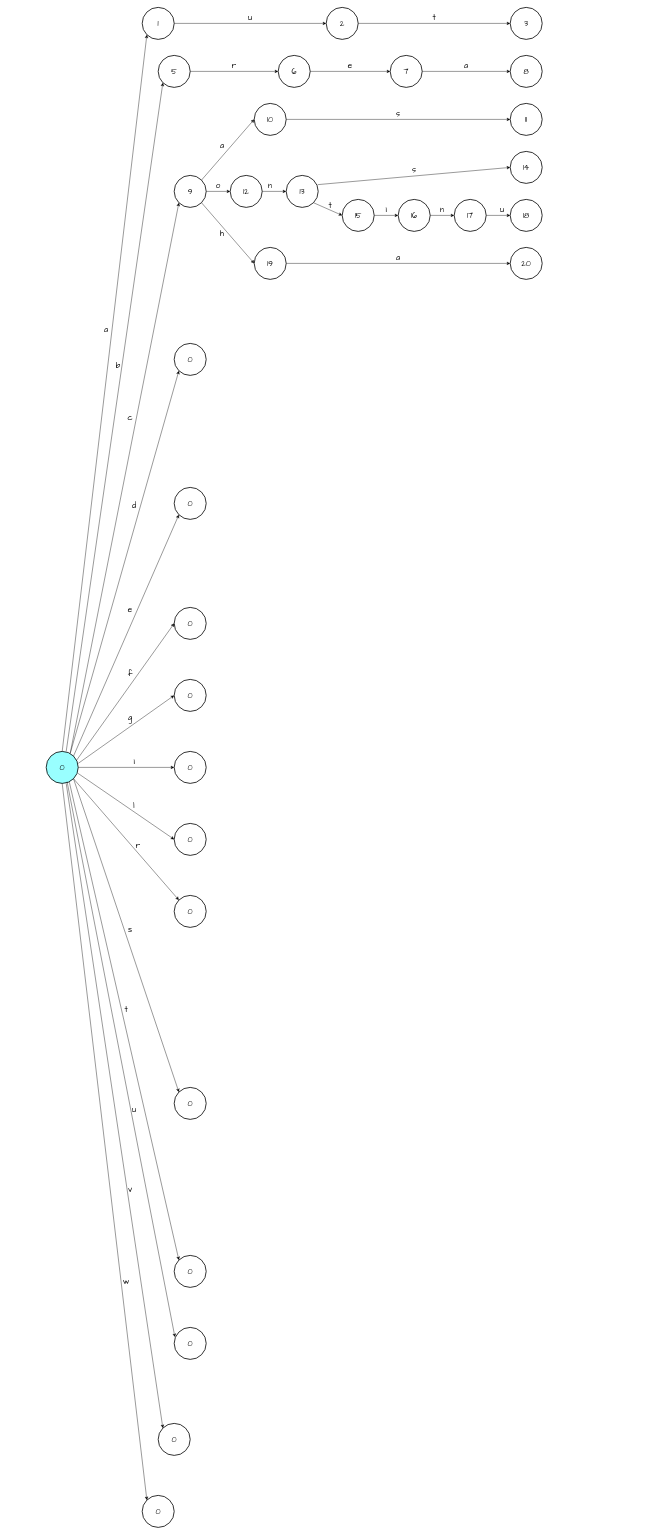
The draw.io diagram draw/DFA-保留字.drawio in zhangbird050801/C-Compiler, before the edit. Source tidied: cells renumbered, new cells numbered last; positions are measured from the earlier drawing's top-left corner, leaving out a move shared by most shapes. Both pictures are drawn from the tidied source at 40%, with x=0, y=0 at pixel (46, 7).
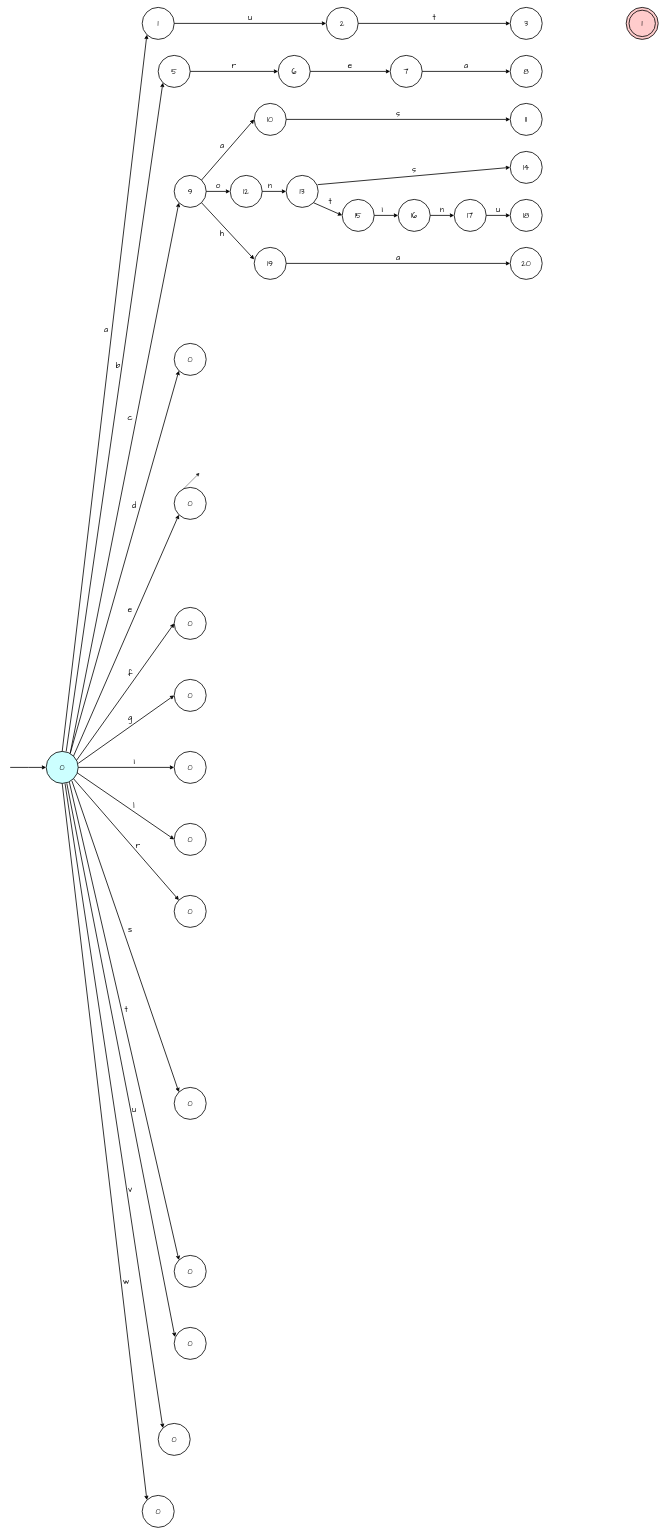
After the change.

The change refers to these unchanged cells:
```xml
<mxCell id="3" value="&lt;font face=&quot;Comic Sans MS&quot; style=&quot;font-size: 20px;&quot;&gt;0&lt;/font&gt;" style="ellipse;whiteSpace=wrap;html=1;strokeWidth=2;" parent="1" vertex="1">
<mxCell id="4" value="&lt;font face=&quot;Comic Sans MS&quot; style=&quot;font-size: 20px;&quot;&gt;0&lt;/font&gt;" style="ellipse;whiteSpace=wrap;html=1;strokeWidth=2;" parent="1" vertex="1">
<mxCell id="5" value="&lt;font face=&quot;Comic Sans MS&quot; style=&quot;font-size: 20px;&quot;&gt;0&lt;/font&gt;" style="ellipse;whiteSpace=wrap;html=1;strokeWidth=2;" parent="1" vertex="1">
<mxCell id="6" value="&lt;font face=&quot;Comic Sans MS&quot; style=&quot;font-size: 20px;&quot;&gt;0&lt;/font&gt;" style="ellipse;whiteSpace=wrap;html=1;strokeWidth=2;" parent="1" vertex="1">
<mxCell id="7" value="&lt;font face=&quot;Comic Sans MS&quot; style=&quot;font-size: 20px;&quot;&gt;0&lt;/font&gt;" style="ellipse;whiteSpace=wrap;html=1;strokeWidth=2;" parent="1" vertex="1">
<mxCell id="8" value="&lt;font face=&quot;Comic Sans MS&quot; style=&quot;font-size: 20px;&quot;&gt;0&lt;/font&gt;" style="ellipse;whiteSpace=wrap;html=1;strokeWidth=2;" parent="1" vertex="1">
<mxCell id="9" value="&lt;font face=&quot;Comic Sans MS&quot; style=&quot;font-size: 20px;&quot;&gt;0&lt;/font&gt;" style="ellipse;whiteSpace=wrap;html=1;strokeWidth=2;" parent="1" vertex="1">
<mxCell id="10" value="&lt;font face=&quot;Comic Sans MS&quot; style=&quot;font-size: 20px;&quot;&gt;0&lt;/font&gt;" style="ellipse;whiteSpace=wrap;html=1;strokeWidth=2;" parent="1" vertex="1">
<mxCell id="11" value="&lt;font face=&quot;Comic Sans MS&quot; style=&quot;font-size: 20px;&quot;&gt;0&lt;/font&gt;" style="ellipse;whiteSpace=wrap;html=1;strokeWidth=2;" parent="1" vertex="1">
<mxCell id="12" value="&lt;font face=&quot;Comic Sans MS&quot; style=&quot;font-size: 20px;&quot;&gt;9&lt;/font&gt;" style="ellipse;whiteSpace=wrap;html=1;strokeWidth=2;" parent="1" vertex="1">
<mxCell id="13" value="&lt;font face=&quot;Comic Sans MS&quot; style=&quot;font-size: 20px;&quot;&gt;5&lt;/font&gt;" style="ellipse;whiteSpace=wrap;html=1;strokeWidth=2;" parent="1" vertex="1">
<mxCell id="14" value="&lt;font face=&quot;Comic Sans MS&quot; style=&quot;font-size: 20px;&quot;&gt;1&lt;/font&gt;" style="ellipse;whiteSpace=wrap;html=1;strokeWidth=2;" parent="1" vertex="1">
<mxCell id="15" value="&lt;font face=&quot;Comic Sans MS&quot; style=&quot;font-size: 20px;&quot;&gt;0&lt;/font&gt;" style="ellipse;whiteSpace=wrap;html=1;strokeWidth=2;" parent="1" vertex="1">
<mxCell id="16" value="&lt;font face=&quot;Comic Sans MS&quot; style=&quot;font-size: 20px;&quot;&gt;0&lt;/font&gt;" style="ellipse;whiteSpace=wrap;html=1;strokeWidth=2;direction=south;" parent="1" vertex="1">
<mxCell id="17" value="&lt;font face=&quot;Comic Sans MS&quot; style=&quot;font-size: 20px;&quot;&gt;0&lt;/font&gt;" style="ellipse;whiteSpace=wrap;html=1;strokeWidth=2;" parent="1" vertex="1">
<mxCell id="48" value="&lt;font face=&quot;Comic Sans MS&quot; style=&quot;font-size: 20px;&quot;&gt;2&lt;/font&gt;" style="ellipse;whiteSpace=wrap;html=1;strokeWidth=2;" parent="1" vertex="1">
<mxCell id="49" value="&lt;font face=&quot;Comic Sans MS&quot; style=&quot;font-size: 20px;&quot;&gt;3&lt;/font&gt;" style="ellipse;whiteSpace=wrap;html=1;strokeWidth=2;" parent="1" vertex="1">
<mxCell id="50" value="&lt;font face=&quot;Comic Sans MS&quot; style=&quot;font-size: 20px;&quot;&gt;6&lt;/font&gt;" style="ellipse;whiteSpace=wrap;html=1;strokeWidth=2;" parent="1" vertex="1">
<mxCell id="51" value="&lt;font face=&quot;Comic Sans MS&quot; style=&quot;font-size: 20px;&quot;&gt;7&lt;/font&gt;" style="ellipse;whiteSpace=wrap;html=1;strokeWidth=2;" parent="1" vertex="1">
<mxCell id="52" value="&lt;font face=&quot;Comic Sans MS&quot; style=&quot;font-size: 20px;&quot;&gt;8&lt;/font&gt;" style="ellipse;whiteSpace=wrap;html=1;strokeWidth=2;" parent="1" vertex="1">
<mxCell id="53" value="&lt;font face=&quot;Comic Sans MS&quot; style=&quot;font-size: 20px;&quot;&gt;12&lt;/font&gt;" style="ellipse;whiteSpace=wrap;html=1;strokeWidth=2;" parent="1" vertex="1">
<mxCell id="54" value="&lt;font face=&quot;Comic Sans MS&quot; style=&quot;font-size: 20px;&quot;&gt;13&lt;/font&gt;" style="ellipse;whiteSpace=wrap;html=1;strokeWidth=2;" parent="1" vertex="1">
<mxCell id="55" value="&lt;font face=&quot;Comic Sans MS&quot; style=&quot;font-size: 20px;&quot;&gt;14&lt;/font&gt;" style="ellipse;whiteSpace=wrap;html=1;strokeWidth=2;" parent="1" vertex="1">
<mxCell id="56" value="&lt;font face=&quot;Comic Sans MS&quot; style=&quot;font-size: 20px;&quot;&gt;15&lt;/font&gt;" style="ellipse;whiteSpace=wrap;html=1;strokeWidth=2;" parent="1" vertex="1">
<mxCell id="57" value="&lt;font face=&quot;Comic Sans MS&quot; style=&quot;font-size: 20px;&quot;&gt;16&lt;/font&gt;" style="ellipse;whiteSpace=wrap;html=1;strokeWidth=2;" parent="1" vertex="1">
<mxCell id="58" value="&lt;font face=&quot;Comic Sans MS&quot; style=&quot;font-size: 20px;&quot;&gt;17&lt;/font&gt;" style="ellipse;whiteSpace=wrap;html=1;strokeWidth=2;" parent="1" vertex="1">
<mxCell id="59" value="&lt;font face=&quot;Comic Sans MS&quot; style=&quot;font-size: 20px;&quot;&gt;18&lt;/font&gt;" style="ellipse;whiteSpace=wrap;html=1;strokeWidth=2;" parent="1" vertex="1">
<mxCell id="60" value="&lt;font face=&quot;Comic Sans MS&quot; style=&quot;font-size: 20px;&quot;&gt;10&lt;/font&gt;" style="ellipse;whiteSpace=wrap;html=1;strokeWidth=2;" parent="1" vertex="1">
<mxCell id="61" value="&lt;font face=&quot;Comic Sans MS&quot; style=&quot;font-size: 20px;&quot;&gt;11&lt;/font&gt;" style="ellipse;whiteSpace=wrap;html=1;strokeWidth=2;" parent="1" vertex="1">
<mxCell id="62" value="&lt;font face=&quot;Comic Sans MS&quot; style=&quot;font-size: 20px;&quot;&gt;20&lt;/font&gt;" style="ellipse;whiteSpace=wrap;html=1;strokeWidth=2;" parent="1" vertex="1">
<mxCell id="63" value="&lt;font face=&quot;Comic Sans MS&quot; style=&quot;font-size: 20px;&quot;&gt;19&lt;/font&gt;" style="ellipse;whiteSpace=wrap;html=1;strokeWidth=2;" parent="1" vertex="1">
```

Diff of the diagram source:
```diff
@@
+    <mxCell id="96" style="edgeStyle=orthogonalEdgeStyle;rounded=0;jettySize=auto;html=1;exitX=0;exitY=0.5;exitDx=0;exitDy=0;strokeWidth=2;startArrow=classic;startFill=1;endArrow=none;endFill=0;" parent="1" edge="1" source="2">
+      <mxGeometry relative="1" as="geometry">
+        <mxPoint x="-90" y="1900" as="targetPoint" />
+      </mxGeometry>
+    </mxCell>
-    <mxCell id="2" value="&lt;font face=&quot;Comic Sans MS&quot; style=&quot;font-size: 20px;&quot;&gt;0&lt;/font&gt;" style="ellipse;whiteSpace=wrap;html=1;strokeWidth=2;fillColor=#99FFFF;strokeColor=light-dark(#000000,#5C79A3);" parent="1" vertex="1">
+    <mxCell id="2" value="&lt;font face=&quot;Comic Sans MS&quot; style=&quot;font-size: 20px;&quot;&gt;0&lt;/font&gt;" style="ellipse;whiteSpace=wrap;html=1;strokeWidth=2;fillColor=#CCFFFF;gradientColor=none;" parent="1" vertex="1">
       <mxGeometry y="1860" width="80" height="80" as="geometry" />
     </mxCell>
@@
+    <mxCell id="97" style="group;" parent="1" vertex="1">
+      <mxGeometry x="1450" width="80" height="80" as="geometry" />
+    </mxCell>
+    <mxCell id="98" style="ellipse;whiteSpace=wrap;html=1;strokeWidth=2;fillColor=#FFCCCC;" parent="97" vertex="1">
+      <mxGeometry width="80" height="80" as="geometry" />
+    </mxCell>
+    <mxCell id="99" value="&lt;font face=&quot;Comic Sans MS&quot;&gt;&lt;span style=&quot;font-size: 20px;&quot;&gt;1&lt;/span&gt;&lt;/font&gt;" style="ellipse;whiteSpace=wrap;html=1;strokeWidth=2;fillColor=#FFCCCC;" parent="97" vertex="1">
+      <mxGeometry x="7" y="7" width="66" height="66" as="geometry" />
+    </mxCell>
@@
+    <mxCell id="100" style="endArrow=classic;html=1;rounded=0;" parent="1" edge="1">
+      <mxGeometry relative="1" as="geometry">
+        <mxPoint x="333" y="1214" as="sourcePoint" />
+        <mxPoint x="383" y="1164" as="targetPoint" />
+      </mxGeometry>
+    </mxCell>
@@
-    <mxCell id="18" style="endArrow=classic;html=1;entryX=0;entryY=1;entryDx=0;entryDy=0;" parent="1" edge="1" target="14">
+    <mxCell id="18" style="endArrow=classic;html=1;entryX=0;entryY=1;entryDx=0;entryDy=0;strokeWidth=2;" parent="1" edge="1" target="14">
       <mxGeometry relative="1" as="geometry">
         <mxPoint x="40" y="1860" as="sourcePoint" />
       </mxGeometry>
     </mxCell>
-    <mxCell id="19" style="endArrow=classic;html=1;entryX=0;entryY=1;entryDx=0;entryDy=0;" parent="1" edge="1" target="13">
+    <mxCell id="19" style="endArrow=classic;html=1;entryX=0;entryY=1;entryDx=0;entryDy=0;strokeWidth=2;" parent="1" edge="1" target="13">
       <mxGeometry relative="1" as="geometry">
         <mxPoint x="50" y="1860" as="sourcePoint" />
       </mxGeometry>
     </mxCell>
-    <mxCell id="20" style="endArrow=classic;html=1;entryX=0;entryY=1;entryDx=0;entryDy=0;" parent="1" edge="1" target="12">
+    <mxCell id="20" style="endArrow=classic;html=1;entryX=0;entryY=1;entryDx=0;entryDy=0;strokeWidth=2;" parent="1" edge="1" target="12">
       <mxGeometry relative="1" as="geometry">
         <mxPoint x="60" y="1865" as="sourcePoint" />
       </mxGeometry>
     </mxCell>
-    <mxCell id="21" style="endArrow=classic;html=1;entryX=0;entryY=1;entryDx=0;entryDy=0;" parent="1" edge="1" target="10">
+    <mxCell id="21" style="endArrow=classic;html=1;entryX=0;entryY=1;entryDx=0;entryDy=0;strokeWidth=2;" parent="1" edge="1" target="10">
       <mxGeometry relative="1" as="geometry">
         <mxPoint x="60" y="1865" as="sourcePoint" />
       </mxGeometry>
     </mxCell>
-    <mxCell id="22" style="endArrow=classic;html=1;exitX=1;exitY=0;exitDx=0;exitDy=0;entryX=0;entryY=1;entryDx=0;entryDy=0;" parent="1" edge="1" source="2" target="11">
+    <mxCell id="22" style="endArrow=classic;html=1;exitX=1;exitY=0;exitDx=0;exitDy=0;entryX=0;entryY=1;entryDx=0;entryDy=0;strokeWidth=2;" parent="1" edge="1" source="2" target="11">
       <mxGeometry relative="1" as="geometry" />
     </mxCell>
-    <mxCell id="23" style="endArrow=classic;html=1;exitX=0.952;exitY=0.273;exitDx=0;exitDy=0;exitPerimeter=0;entryX=0;entryY=0.5;entryDx=0;entryDy=0;" parent="1" edge="1" source="2" target="7">
+    <mxCell id="23" style="endArrow=classic;html=1;exitX=0.952;exitY=0.273;exitDx=0;exitDy=0;exitPerimeter=0;entryX=0;entryY=0.5;entryDx=0;entryDy=0;strokeWidth=2;" parent="1" edge="1" source="2" target="7">
       <mxGeometry relative="1" as="geometry" />
     </mxCell>
-    <mxCell id="24" style="endArrow=classic;html=1;entryX=0;entryY=0.5;entryDx=0;entryDy=0;" parent="1" edge="1" target="5">
+    <mxCell id="24" style="endArrow=classic;html=1;entryX=0;entryY=0.5;entryDx=0;entryDy=0;strokeWidth=2;" parent="1" edge="1" target="5">
       <mxGeometry relative="1" as="geometry">
         <mxPoint x="80" y="1890" as="sourcePoint" />
       </mxGeometry>
     </mxCell>
-    <mxCell id="25" style="endArrow=classic;html=1;entryX=0;entryY=0.5;entryDx=0;entryDy=0;" parent="1" edge="1" target="3">
+    <mxCell id="25" style="endArrow=classic;html=1;entryX=0;entryY=0.5;entryDx=0;entryDy=0;strokeWidth=2;" parent="1" edge="1" target="3">
       <mxGeometry relative="1" as="geometry">
         <mxPoint x="80" y="1900" as="sourcePoint" />
       </mxGeometry>
     </mxCell>
-    <mxCell id="26" style="endArrow=classic;html=1;exitX=0.995;exitY=0.687;exitDx=0;exitDy=0;exitPerimeter=0;entryX=0;entryY=0.5;entryDx=0;entryDy=0;" parent="1" edge="1" source="2" target="4">
+    <mxCell id="26" style="endArrow=classic;html=1;exitX=0.963;exitY=0.665;exitDx=0;exitDy=0;exitPerimeter=0;entryX=0;entryY=0.5;entryDx=0;entryDy=0;strokeWidth=2;" parent="1" edge="1" source="2" target="4">
       <mxGeometry relative="1" as="geometry" />
     </mxCell>
-    <mxCell id="27" style="endArrow=classic;html=1;exitX=1;exitY=1;exitDx=0;exitDy=0;entryX=0;entryY=0;entryDx=0;entryDy=0;" parent="1" edge="1" source="2" target="6">
+    <mxCell id="27" style="endArrow=classic;html=1;exitX=1;exitY=1;exitDx=0;exitDy=0;entryX=0;entryY=0;entryDx=0;entryDy=0;strokeWidth=2;" parent="1" edge="1" source="2" target="6">
       <mxGeometry relative="1" as="geometry" />
     </mxCell>
-    <mxCell id="28" style="endArrow=classic;html=1;exitX=1;exitY=1;exitDx=0;exitDy=0;entryX=0;entryY=0;entryDx=0;entryDy=0;" parent="1" edge="1" source="2" target="9">
+    <mxCell id="28" style="endArrow=classic;html=1;exitX=0.802;exitY=0.918;exitDx=0;exitDy=0;entryX=0;entryY=0;entryDx=0;entryDy=0;strokeWidth=2;exitPerimeter=0;" parent="1" edge="1" source="2" target="9">
       <mxGeometry relative="1" as="geometry" />
     </mxCell>
-    <mxCell id="29" style="endArrow=classic;html=1;exitX=0.723;exitY=0.959;exitDx=0;exitDy=0;exitPerimeter=0;entryX=0;entryY=0;entryDx=0;entryDy=0;" parent="1" edge="1" source="2" target="8">
+    <mxCell id="29" style="endArrow=classic;html=1;exitX=0.723;exitY=0.959;exitDx=0;exitDy=0;exitPerimeter=0;entryX=0;entryY=0;entryDx=0;entryDy=0;strokeWidth=2;" parent="1" edge="1" source="2" target="8">
       <mxGeometry relative="1" as="geometry" />
     </mxCell>
-    <mxCell id="30" style="endArrow=classic;html=1;exitX=0.652;exitY=0.945;exitDx=0;exitDy=0;entryX=0.023;entryY=0.302;entryDx=0;entryDy=0;entryPerimeter=0;exitPerimeter=0;" parent="1" edge="1" source="2" target="17">
+    <mxCell id="30" style="endArrow=classic;html=1;exitX=0.644;exitY=0.997;exitDx=0;exitDy=0;entryX=0.023;entryY=0.302;entryDx=0;entryDy=0;entryPerimeter=0;exitPerimeter=0;strokeWidth=2;" parent="1" edge="1" source="2" target="17">
       <mxGeometry relative="1" as="geometry" />
     </mxCell>
-    <mxCell id="31" style="endArrow=classic;html=1;entryX=0;entryY=1;entryDx=0;entryDy=0;" parent="1" edge="1" target="16">
-      <mxGeometry relative="1" as="geometry">
-        <mxPoint x="50" y="1940" as="sourcePoint" />
-      </mxGeometry>
+    <mxCell id="31" style="endArrow=classic;html=1;entryX=0;entryY=1;entryDx=0;entryDy=0;strokeWidth=2;exitX=0.588;exitY=1.001;exitDx=0;exitDy=0;exitPerimeter=0;" parent="1" edge="1" source="2" target="16">
+      <mxGeometry relative="1" as="geometry" />
     </mxCell>
-    <mxCell id="32" style="endArrow=classic;html=1;exitX=0.5;exitY=1;exitDx=0;exitDy=0;entryX=0;entryY=0;entryDx=0;entryDy=0;" parent="1" edge="1" source="2" target="15">
+    <mxCell id="32" style="endArrow=classic;html=1;exitX=0.5;exitY=1;exitDx=0;exitDy=0;entryX=0;entryY=0;entryDx=0;entryDy=0;strokeWidth=2;" parent="1" edge="1" source="2" target="15">
       <mxGeometry relative="1" as="geometry" />
     </mxCell>
@@
-    <mxCell id="64" style="endArrow=classic;html=1;entryX=0;entryY=0.5;entryDx=0;entryDy=0;" parent="1" edge="1" target="48">
+    <mxCell id="64" style="endArrow=classic;html=1;entryX=0;entryY=0.5;entryDx=0;entryDy=0;strokeWidth=2;" parent="1" edge="1" target="48">
       <mxGeometry relative="1" as="geometry">
         <mxPoint x="320" y="40" as="sourcePoint" />
       </mxGeometry>
     </mxCell>
-    <mxCell id="65" style="endArrow=classic;html=1;exitX=1;exitY=0.5;exitDx=0;exitDy=0;entryX=0;entryY=0.5;entryDx=0;entryDy=0;" parent="1" edge="1" source="48" target="49">
+    <mxCell id="65" style="endArrow=classic;html=1;exitX=1;exitY=0.5;exitDx=0;exitDy=0;entryX=0;entryY=0.5;entryDx=0;entryDy=0;strokeWidth=2;" parent="1" edge="1" source="48" target="49">
       <mxGeometry relative="1" as="geometry" />
     </mxCell>
-    <mxCell id="66" style="endArrow=classic;html=1;exitX=1;exitY=0.5;exitDx=0;exitDy=0;entryX=0;entryY=0.5;entryDx=0;entryDy=0;" parent="1" edge="1" source="13" target="50">
+    <mxCell id="66" style="endArrow=classic;html=1;exitX=1;exitY=0.5;exitDx=0;exitDy=0;entryX=0;entryY=0.5;entryDx=0;entryDy=0;strokeWidth=2;" parent="1" edge="1" source="13" target="50">
       <mxGeometry relative="1" as="geometry" />
     </mxCell>
-    <mxCell id="67" style="endArrow=classic;html=1;exitX=1;exitY=0.5;exitDx=0;exitDy=0;entryX=0;entryY=0.5;entryDx=0;entryDy=0;" parent="1" edge="1" source="50" target="51">
+    <mxCell id="67" style="endArrow=classic;html=1;exitX=1;exitY=0.5;exitDx=0;exitDy=0;entryX=0;entryY=0.5;entryDx=0;entryDy=0;strokeWidth=2;" parent="1" edge="1" source="50" target="51">
       <mxGeometry relative="1" as="geometry" />
     </mxCell>
-    <mxCell id="68" style="endArrow=classic;html=1;exitX=1;exitY=0.5;exitDx=0;exitDy=0;entryX=0;entryY=0.5;entryDx=0;entryDy=0;" parent="1" edge="1" source="51" target="52">
+    <mxCell id="68" style="endArrow=classic;html=1;exitX=1;exitY=0.5;exitDx=0;exitDy=0;entryX=0;entryY=0.5;entryDx=0;entryDy=0;strokeWidth=2;" parent="1" edge="1" source="51" target="52">
       <mxGeometry relative="1" as="geometry" />
     </mxCell>
-    <mxCell id="69" style="endArrow=classic;html=1;exitX=1;exitY=0;exitDx=0;exitDy=0;entryX=0;entryY=0.5;entryDx=0;entryDy=0;" parent="1" edge="1" source="12" target="60">
+    <mxCell id="69" style="endArrow=classic;html=1;exitX=1;exitY=0;exitDx=0;exitDy=0;entryX=0;entryY=0.5;entryDx=0;entryDy=0;strokeWidth=2;" parent="1" edge="1" source="12" target="60">
       <mxGeometry relative="1" as="geometry" />
     </mxCell>
-    <mxCell id="70" style="endArrow=classic;html=1;entryX=0;entryY=0.5;entryDx=0;entryDy=0;" parent="1" edge="1" target="53">
+    <mxCell id="70" style="endArrow=classic;html=1;entryX=0;entryY=0.5;entryDx=0;entryDy=0;strokeWidth=2;" parent="1" edge="1" target="53">
       <mxGeometry relative="1" as="geometry">
         <mxPoint x="400" y="460" as="sourcePoint" />
       </mxGeometry>
     </mxCell>
-    <mxCell id="71" style="endArrow=classic;html=1;entryX=0;entryY=0.5;entryDx=0;entryDy=0;" parent="1" edge="1" target="61">
+    <mxCell id="71" style="endArrow=classic;html=1;entryX=0;entryY=0.5;entryDx=0;entryDy=0;strokeWidth=2;" parent="1" edge="1" target="61">
       <mxGeometry relative="1" as="geometry">
         <mxPoint x="600" y="280" as="sourcePoint" />
       </mxGeometry>
     </mxCell>
-    <mxCell id="72" style="endArrow=classic;html=1;entryX=0;entryY=0.5;entryDx=0;entryDy=0;" parent="1" edge="1" target="54">
+    <mxCell id="72" style="endArrow=classic;html=1;entryX=0;entryY=0.5;entryDx=0;entryDy=0;strokeWidth=2;" parent="1" edge="1" target="54">
       <mxGeometry relative="1" as="geometry">
         <mxPoint x="540" y="460" as="sourcePoint" />
       </mxGeometry>
     </mxCell>
-    <mxCell id="73" style="endArrow=classic;html=1;exitX=1;exitY=1;exitDx=0;exitDy=0;entryX=0;entryY=0.5;entryDx=0;entryDy=0;" parent="1" edge="1" source="12" target="63">
-      <mxGeometry relative="1" as="geometry" />
+    <mxCell id="73" style="endArrow=classic;html=1;exitX=1;exitY=1;exitDx=0;exitDy=0;entryX=0;entryY=0.5;entryDx=0;entryDy=0;strokeWidth=2;" parent="1" edge="1" source="12">
+      <mxGeometry relative="1" as="geometry">
+        <mxPoint x="520" y="630" as="targetPoint" />
+      </mxGeometry>
     </mxCell>
-    <mxCell id="74" style="endArrow=classic;html=1;exitX=0.983;exitY=0.289;exitDx=0;exitDy=0;exitPerimeter=0;entryX=0;entryY=0.5;entryDx=0;entryDy=0;" parent="1" edge="1" source="54" target="55">
+    <mxCell id="74" style="endArrow=classic;html=1;exitX=0.983;exitY=0.289;exitDx=0;exitDy=0;exitPerimeter=0;entryX=0;entryY=0.5;entryDx=0;entryDy=0;strokeWidth=2;" parent="1" edge="1" source="54" target="55">
       <mxGeometry relative="1" as="geometry" />
     </mxCell>
-    <mxCell id="75" style="endArrow=classic;html=1;exitX=1;exitY=1;exitDx=0;exitDy=0;entryX=0;entryY=0.5;entryDx=0;entryDy=0;" parent="1" edge="1" source="54" target="56">
+    <mxCell id="75" style="endArrow=classic;html=1;exitX=1;exitY=1;exitDx=0;exitDy=0;entryX=0;entryY=0.5;entryDx=0;entryDy=0;strokeWidth=2;" parent="1" edge="1" source="54" target="56">
       <mxGeometry relative="1" as="geometry" />
     </mxCell>
-    <mxCell id="76" style="endArrow=classic;html=1;exitX=1;exitY=0.5;exitDx=0;exitDy=0;" parent="1" edge="1" source="63" target="62">
+    <mxCell id="76" style="endArrow=classic;html=1;exitX=1;exitY=0.5;exitDx=0;exitDy=0;strokeWidth=2;" parent="1" edge="1" source="63" target="62">
       <mxGeometry relative="1" as="geometry" />
     </mxCell>
-    <mxCell id="77" style="endArrow=classic;html=1;" parent="1" edge="1" target="57">
-      <mxGeometry relative="1" as="geometry">
-        <mxPoint x="820" y="520" as="sourcePoint" />
-      </mxGeometry>
+    <mxCell id="77" style="endArrow=classic;html=1;exitX=1;exitY=0.5;exitDx=0;exitDy=0;strokeWidth=2;" parent="1" edge="1" source="56" target="57">
+      <mxGeometry relative="1" as="geometry" />
     </mxCell>
-    <mxCell id="78" style="endArrow=classic;html=1;exitX=1;exitY=0.5;exitDx=0;exitDy=0;entryX=0;entryY=0.5;entryDx=0;entryDy=0;" parent="1" edge="1" source="57" target="58">
+    <mxCell id="78" style="endArrow=classic;html=1;exitX=1;exitY=0.5;exitDx=0;exitDy=0;entryX=0;entryY=0.5;entryDx=0;entryDy=0;strokeWidth=2;" parent="1" edge="1" source="57" target="58">
       <mxGeometry relative="1" as="geometry" />
     </mxCell>
-    <mxCell id="79" style="endArrow=classic;html=1;exitX=1;exitY=0.5;exitDx=0;exitDy=0;entryX=0;entryY=0.5;entryDx=0;entryDy=0;" parent="1" edge="1" source="58" target="59">
+    <mxCell id="79" style="endArrow=classic;html=1;exitX=1;exitY=0.5;exitDx=0;exitDy=0;entryX=0;entryY=0.5;entryDx=0;entryDy=0;strokeWidth=2;" parent="1" edge="1" source="58" target="59">
       <mxGeometry relative="1" as="geometry" />
     </mxCell>
@@
     <mxCell id="91" value="&lt;font style=&quot;font-size: 20px;&quot;&gt;t&lt;/font&gt;" style="text;html=1;align=center;verticalAlign=middle;whiteSpace=wrap;rounded=0;fontFamily=Comic Sans MS;" parent="1" vertex="1">
-      <mxGeometry x="680" y="480" width="60" height="30" as="geometry" />
+      <mxGeometry x="680" y="470" width="60" height="30" as="geometry" />
     </mxCell>
-    <mxCell id="92" value="&lt;font style=&quot;font-size: 20px;&quot;&gt;i&lt;/font&gt;" style="text;html=1;align=center;verticalAlign=middle;whiteSpace=wrap;rounded=0;fontFamily=Comic Sans MS;" parent="1" vertex="1">
-      <mxGeometry x="820" y="490" width="60" height="30" as="geometry" />
+    <mxCell id="92" value="&lt;font style=&quot;font-size: 20px;&quot;&gt;i&lt;/font&gt;" style="text;html=1;align=center;verticalAlign=middle;whiteSpace=wrap;rounded=0;fontFamily=Comic Sans MS;strokeWidth=2;" parent="1" vertex="1">
+      <mxGeometry x="810" y="490" width="60" height="30" as="geometry" />
     </mxCell>
@@
     <mxCell id="94" value="&lt;font style=&quot;font-size: 20px;&quot;&gt;u&lt;/font&gt;" style="text;html=1;align=center;verticalAlign=middle;whiteSpace=wrap;rounded=0;fontFamily=Comic Sans MS;" parent="1" vertex="1">
-      <mxGeometry x="1110" y="490" width="60" height="30" as="geometry" />
+      <mxGeometry x="1100" y="490" width="60" height="30" as="geometry" />
     </mxCell>
```
